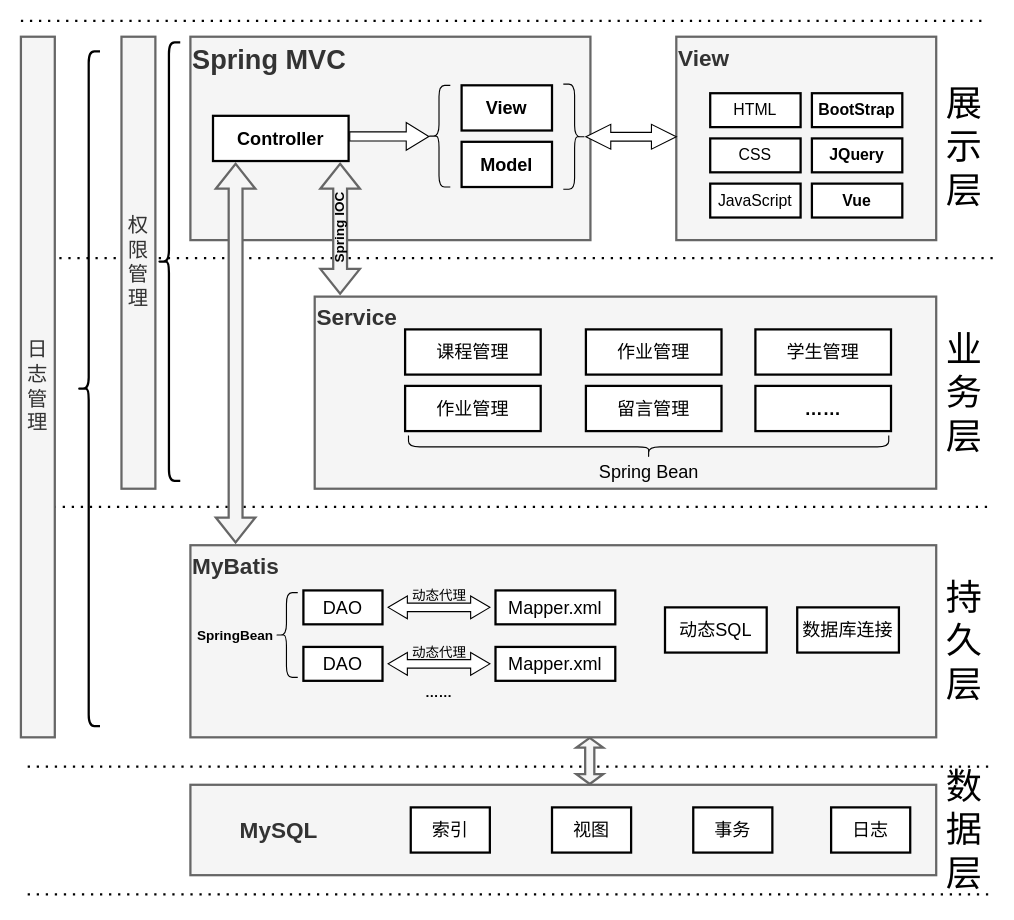
Before: imgs/系统总架构图.drawio in jaclkliao/imgs, a draw.io diagram. Source tidied: cells renumbered, new cells numbered last; positions are measured from the earlier drawing's top-left corner, leaving out a move shared by most shapes. Both pictures are drawn from the tidied source at 113%, with x=0, y=0 at pixel (20, 20).
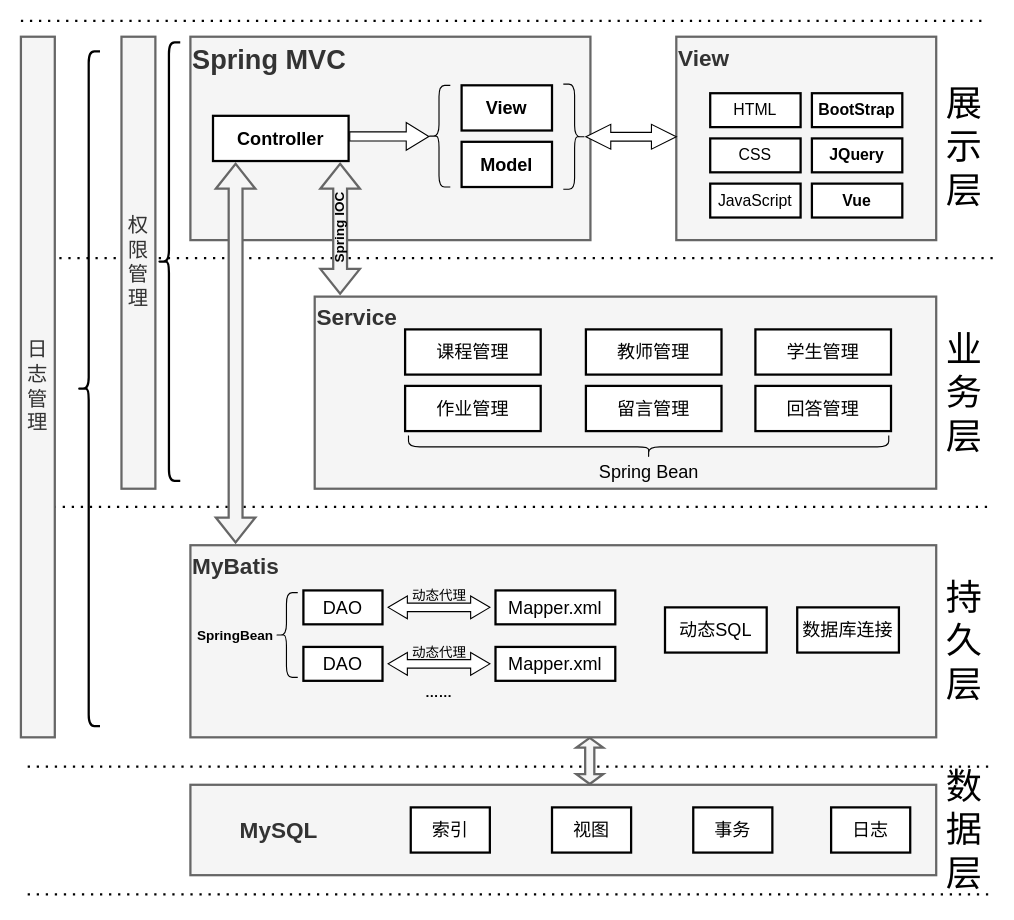
Above is the later version.

Commit message:
更新系统总架构图.drawio

Unchanged cells that the change refers to:
```xml
<mxCell id="25" style="group;" parent="1" vertex="1">
  <mxGeometry x="340" y="273" width="430" height="141" as="geometry" />
</mxCell>
```

What changed in the source:
```diff
@@
-    <mxCell id="29" value="作业管理" style="rounded=0;whiteSpace=wrap;html=1;fontSize=16;strokeWidth=2;" parent="25" vertex="1">
+    <mxCell id="29" value="教师管理" style="rounded=0;whiteSpace=wrap;html=1;fontSize=16;strokeWidth=2;" parent="25" vertex="1">
       <mxGeometry x="160" width="120" height="40" as="geometry" />
     </mxCell>
@@
-    <mxCell id="31" value="……" style="rounded=0;whiteSpace=wrap;html=1;fontSize=16;strokeWidth=2;fontStyle=1;" parent="25" vertex="1">
+    <mxCell id="31" value="回答管理" style="rounded=0;whiteSpace=wrap;html=1;fontSize=16;strokeWidth=2;fontStyle=0;" parent="25" vertex="1">
       <mxGeometry x="310" y="50" width="120" height="40" as="geometry" />
     </mxCell>
```
